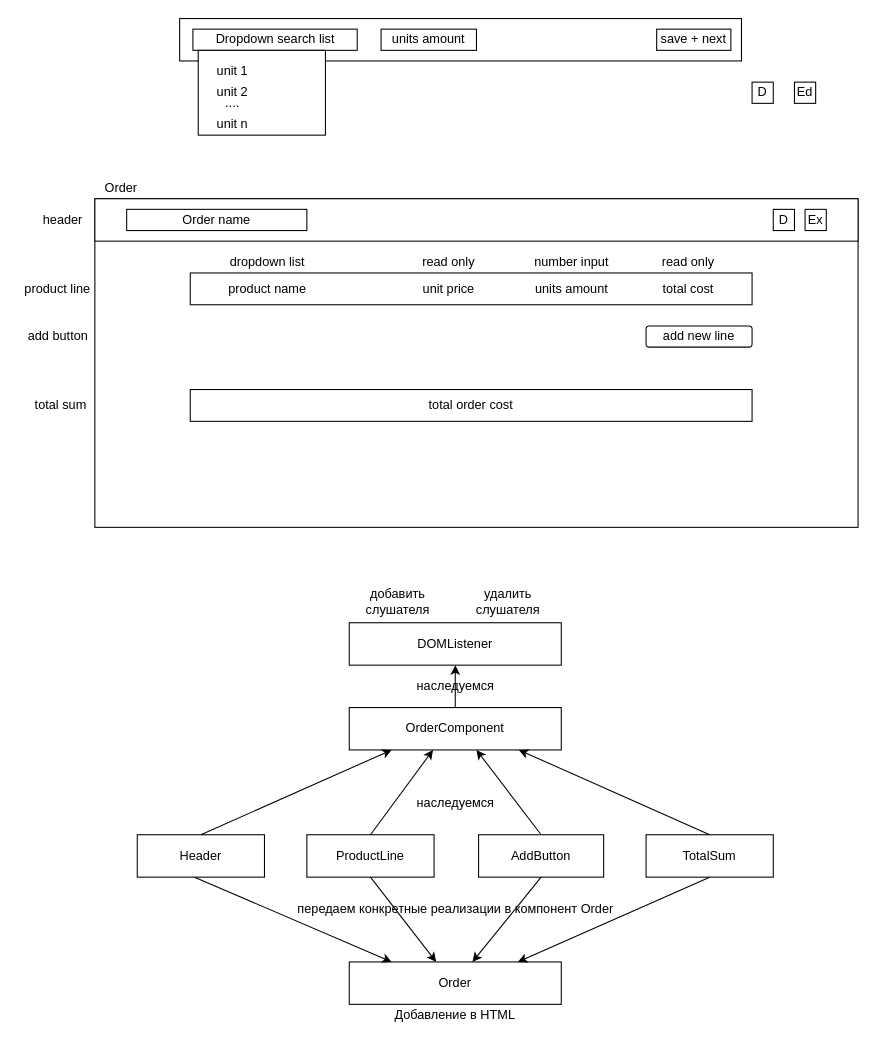
PavelMikh/GoodsCostCalculator keeps this draw.io diagram as CalculatorLayout.drawio. Above is the earlier version. Source tidied: cells renumbered, new cells numbered last; positions are measured from the earlier drawing's top-left corner, leaving out a move shared by most shapes. Both pictures are drawn from the tidied source at 106%, with x=0, y=0 at pixel (18, 18).
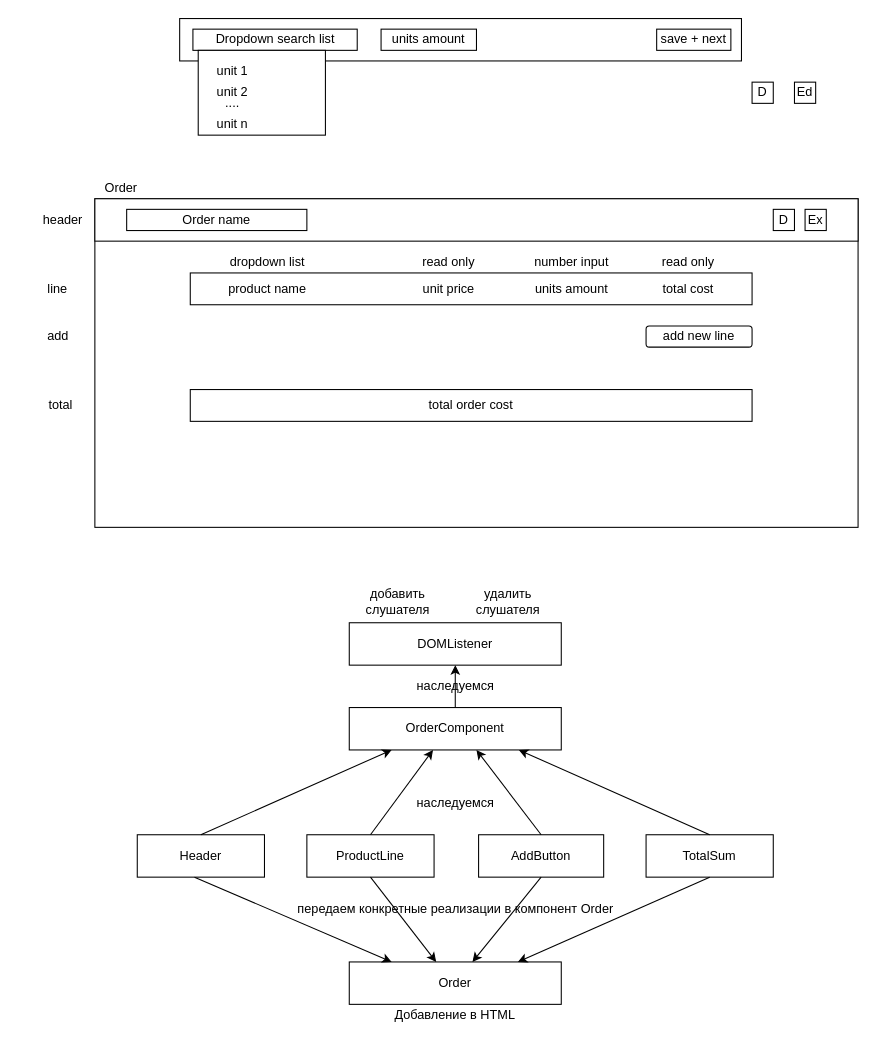
The same diagram, later.

The edit, as a diff of the source:
```diff
@@
-    <mxCell id="16" value="product line" style="text;html=1;strokeColor=none;fillColor=none;align=center;verticalAlign=middle;whiteSpace=wrap;rounded=0;" parent="1" vertex="1">
+    <mxCell id="16" value="line" style="text;html=1;strokeColor=none;fillColor=none;align=center;verticalAlign=middle;whiteSpace=wrap;rounded=0;" parent="1" vertex="1">
       <mxGeometry x="2" y="245" width="70" height="20" as="geometry" />
     </mxCell>
@@
-    <mxCell id="33" value="add button" style="text;html=1;strokeColor=none;fillColor=none;align=center;verticalAlign=middle;whiteSpace=wrap;rounded=0;" parent="1" vertex="1">
+    <mxCell id="33" value="add" style="text;html=1;strokeColor=none;fillColor=none;align=center;verticalAlign=middle;whiteSpace=wrap;rounded=0;" parent="1" vertex="1">
       <mxGeometry x="-0.5" y="290" width="75" height="20" as="geometry" />
     </mxCell>
-    <mxCell id="34" value="total sum" style="text;html=1;strokeColor=none;fillColor=none;align=center;verticalAlign=middle;whiteSpace=wrap;rounded=0;" parent="1" vertex="1">
+    <mxCell id="34" value="total" style="text;html=1;strokeColor=none;fillColor=none;align=center;verticalAlign=middle;whiteSpace=wrap;rounded=0;" parent="1" vertex="1">
       <mxGeometry x="4.5" y="355" width="70" height="20" as="geometry" />
     </mxCell>
```
